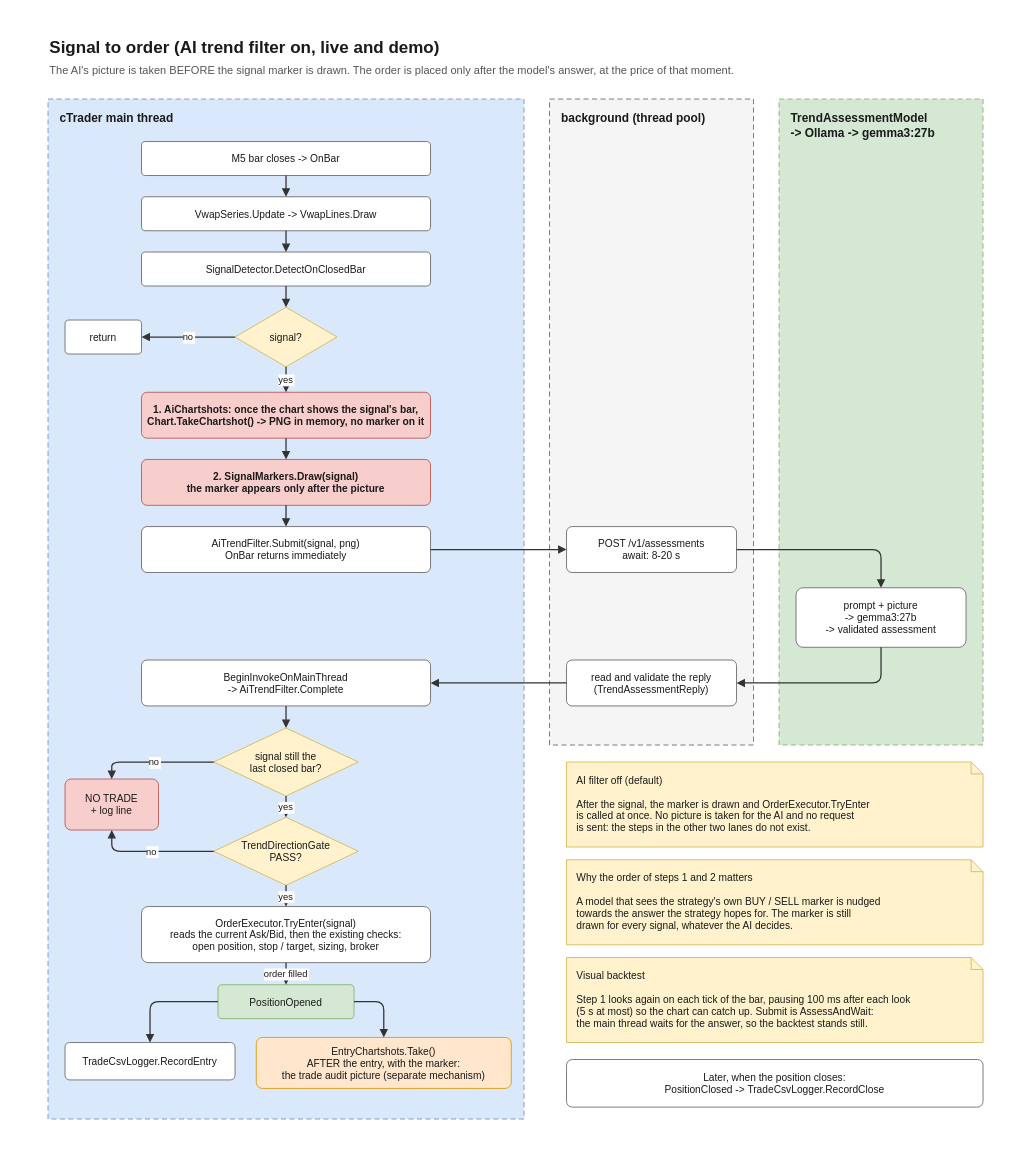
richardgong1987/VWAPTradeAI keeps this draw.io diagram as page "2. Signal to order" (2 of 6) of docs/architecture.drawio. Above is the earlier version. Source tidied: cells renumbered, new cells numbered last; positions are measured from the earlier drawing's top-left corner, leaving out a move shared by most shapes. Both pictures are drawn from the tidied source at 85%, with x=0, y=0 at pixel (14, 14).
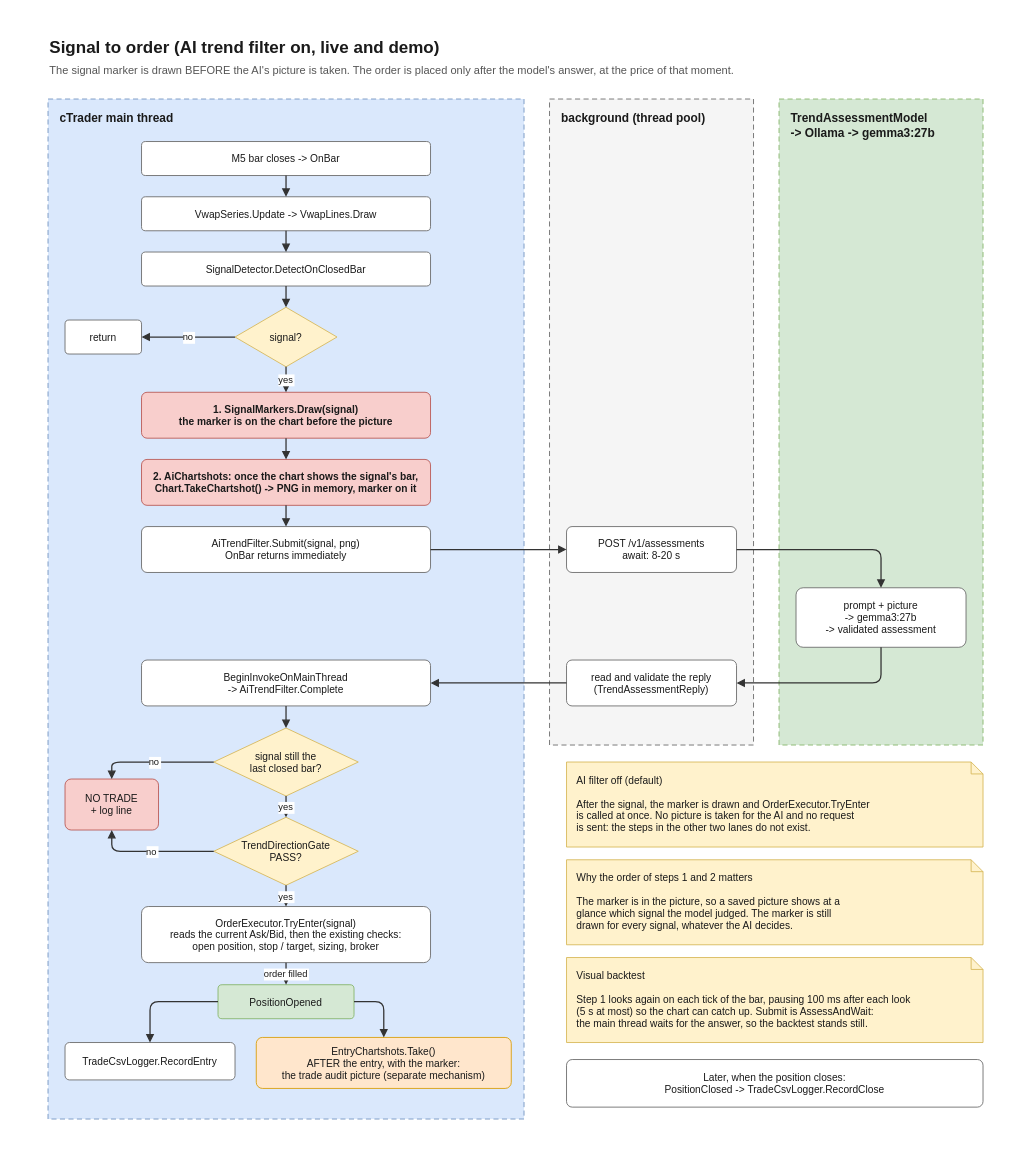
After the change.

Change to the diagram source:
```diff
@@
-    <mxCell id="4" value="The AI's picture is taken BEFORE the signal marker is drawn. The order is placed only after the model's answer, at the price of that moment." style="html=0;fontFamily=Helvetica;fontColor=#1a1a1a;text;strokeColor=none;fillColor=none;fontSize=13;align=left;verticalAlign=middle;fontColor=#555555;" parent="1" vertex="1">
+    <mxCell id="4" value="The signal marker is drawn BEFORE the AI's picture is taken. The order is placed only after the model's answer, at the price of that moment." style="html=0;fontFamily=Helvetica;fontColor=#1a1a1a;text;strokeColor=none;fillColor=none;fontSize=13;align=left;verticalAlign=middle;fontColor=#555555;" parent="1" vertex="1">
       <mxGeometry x="40" y="54" width="1000" height="24" as="geometry" />
     </mxCell>
@@
-    <mxCell id="12" value="1.  AiChartshots: once the chart shows the signal's bar,&#10;Chart.TakeChartshot() -&gt; PNG in memory, no marker on it" style="html=0;fontFamily=Helvetica;fontColor=#1a1a1a;rounded=1;arcSize=12;fontSize=12;fillColor=#f8cecc;strokeColor=#b85450;fontStyle=1;" parent="1" vertex="1">
+    <mxCell id="12" value="1.  SignalMarkers.Draw(signal)&#10;the marker is on the chart before the picture" style="html=0;fontFamily=Helvetica;fontColor=#1a1a1a;rounded=1;arcSize=12;fontSize=12;fillColor=#f8cecc;strokeColor=#b85450;fontStyle=1;" parent="1" vertex="1">
       <mxGeometry x="150" y="445" width="340" height="54" as="geometry" />
     </mxCell>
-    <mxCell id="13" value="2.  SignalMarkers.Draw(signal)&#10;the marker appears only after the picture" style="html=0;fontFamily=Helvetica;fontColor=#1a1a1a;rounded=1;arcSize=12;fontSize=12;fillColor=#f8cecc;strokeColor=#b85450;fontStyle=1;" parent="1" vertex="1">
+    <mxCell id="13" value="2.  AiChartshots: once the chart shows the signal's bar,&#10;Chart.TakeChartshot() -&gt; PNG in memory, marker on it" style="html=0;fontFamily=Helvetica;fontColor=#1a1a1a;rounded=1;arcSize=12;fontSize=12;fillColor=#f8cecc;strokeColor=#b85450;fontStyle=1;" parent="1" vertex="1">
       <mxGeometry x="150" y="524" width="340" height="54" as="geometry" />
     </mxCell>
@@
-    <mxCell id="48" value="Why the order of steps 1 and 2 matters&#10;&#10;A model that sees the strategy's own BUY / SELL marker is nudged&#10;towards the answer the strategy hopes for. The marker is still&#10;drawn for every signal, whatever the AI decides." style="html=0;fontFamily=Helvetica;fontColor=#1a1a1a;shape=note;size=14;fontSize=12;align=left;verticalAlign=top;spacingLeft=10;spacingTop=8;spacingRight=6;fillColor=#fff2cc;strokeColor=#d6b656;" parent="1" vertex="1">
+    <mxCell id="48" value="Why the order of steps 1 and 2 matters&#10;&#10;The marker is in the picture, so a saved picture shows at a&#10;glance which signal the model judged. The marker is still&#10;drawn for every signal, whatever the AI decides." style="html=0;fontFamily=Helvetica;fontColor=#1a1a1a;shape=note;size=14;fontSize=12;align=left;verticalAlign=top;spacingLeft=10;spacingTop=8;spacingRight=6;fillColor=#fff2cc;strokeColor=#d6b656;" parent="1" vertex="1">
       <mxGeometry x="650" y="995" width="490" height="100" as="geometry" />
     </mxCell>
```
